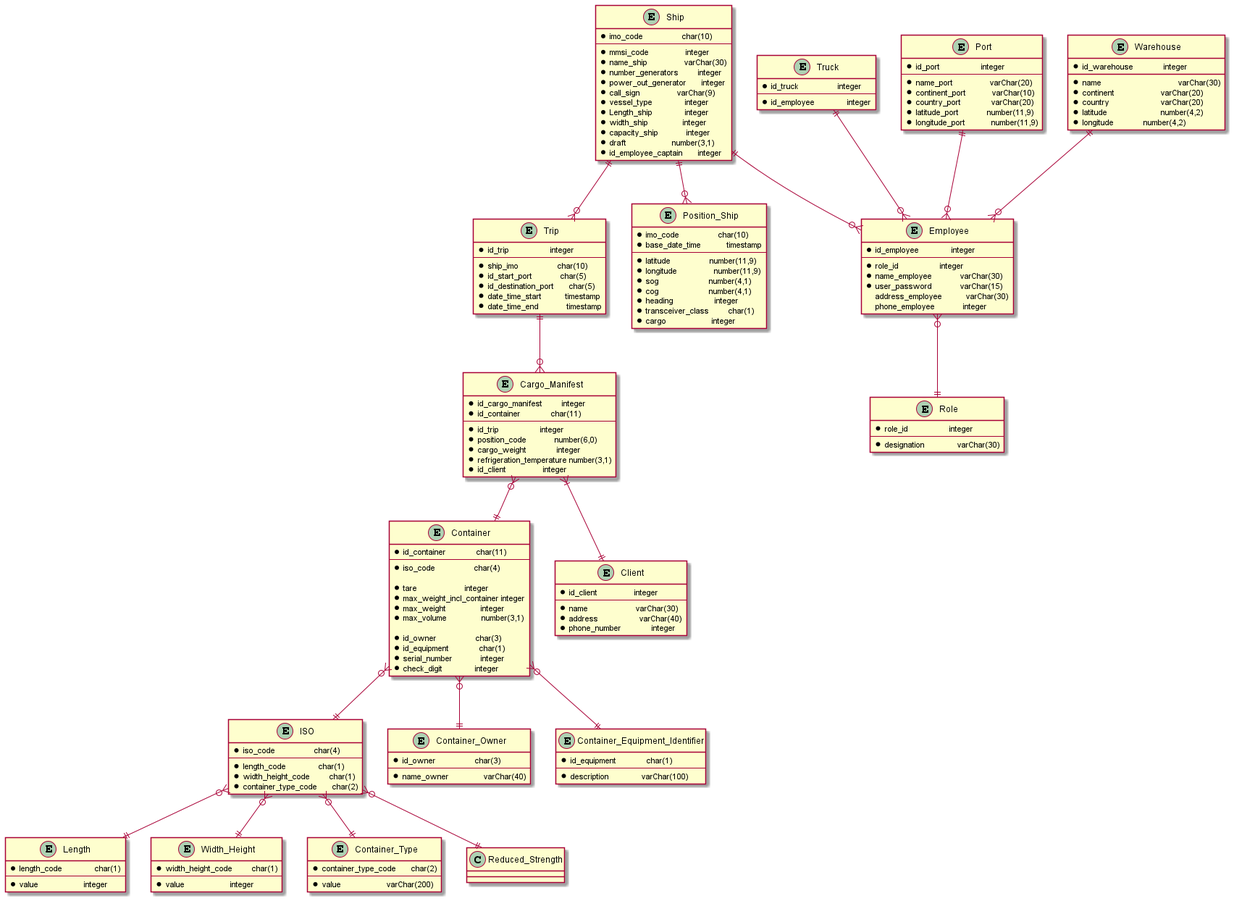
Earlier version of the PlantUML export docs/Sprint 2/US/US108/physical_model.png (1190772/LAB-Project-3).
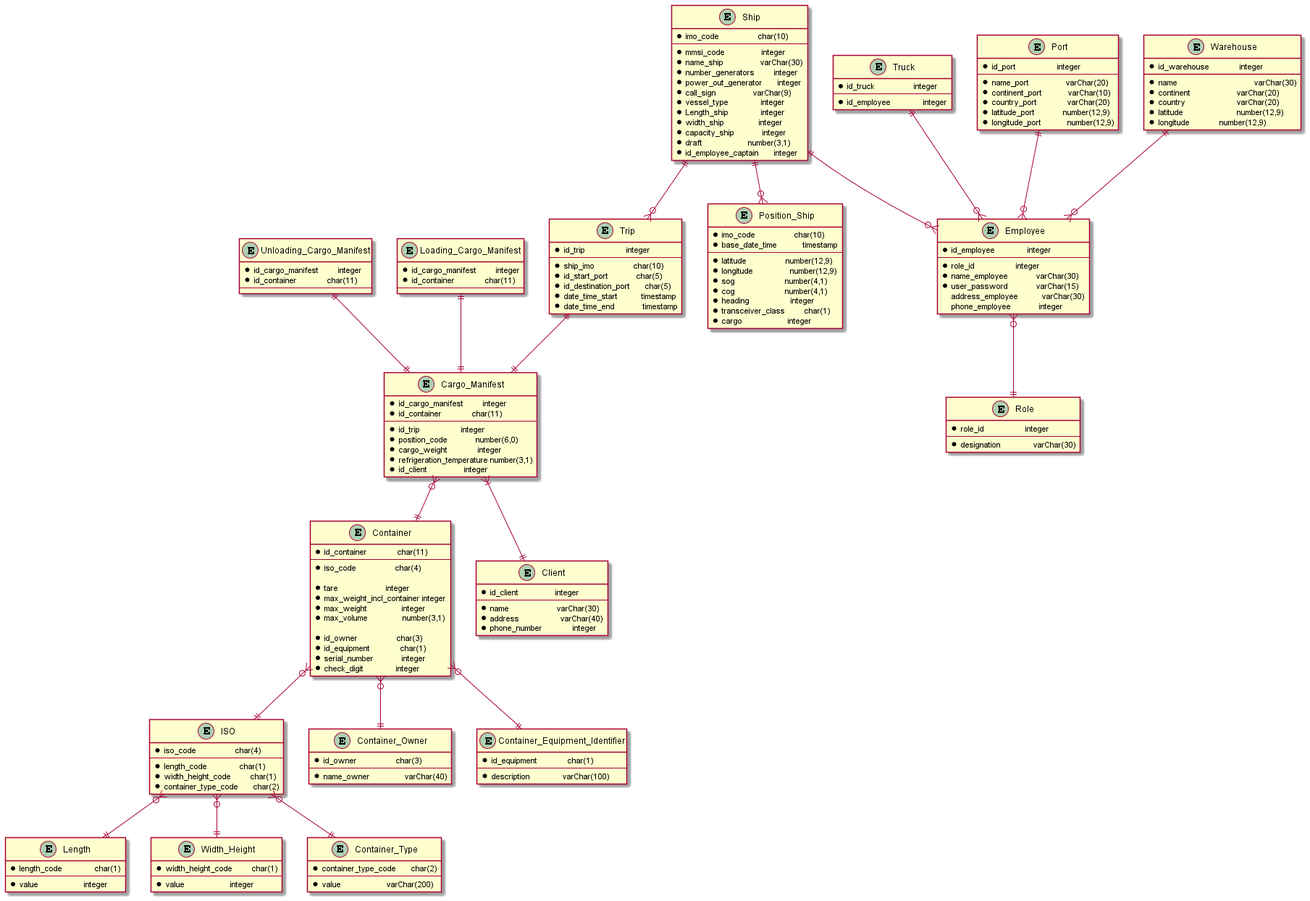
Later version of the same file.

Change to the diagram source:
```diff
@@ -63,6 +63,18 @@
 * id_client                 integer
 }
 
+entity Unloading_Cargo_Manifest {
+* id_cargo_manifest         integer
+* id_container              char(11)
+--
+}
+
+entity Loading_Cargo_Manifest {
+* id_cargo_manifest         integer
+* id_container              char(11)
+--
+}
+
 entity Truck {
 * id_truck                  integer
 --
@@ -91,8 +103,8 @@
 * name_port                 varChar(20)
 * continent_port            varChar(10)
 * country_port              varChar(20)
-* latitude_port             number(11,9)
-* longitude_port            number(11,9)
+* latitude_port             number(12,9)
+* longitude_port            number(12,9)
 }
 
 entity Warehouse {
@@ -100,8 +112,8 @@
 * name    	   			    varChar(30)
 * continent		    	    varChar(20)
 * country	         	    varChar(20)
-* latitude		    	    number(4,2)
-* longitude 	    	    number(4,2)
+* latitude		    	    number(12,9)
+* longitude 	    	    number(12,9)
 }
 
 entity Employee{
@@ -118,8 +130,8 @@
 * imo_code                  char(10)
 * base_date_time            timestamp
 --
-* latitude                  number(11,9)
-* longitude                 number(11,9)
+* latitude                  number(12,9)
+* longitude                 number(12,9)
 * sog                       number(4,1)
 * cog                       number(4,1)
 * heading                   integer
@@ -156,12 +168,12 @@
 ISO }o--|| Length
 ISO }o--|| Width_Height
 ISO }o--|| Container_Type
-ISO }o--|| Reduced_Strength
+
 
 Container }o--|| Container_Owner
 Container }o--|| Container_Equipment_Identifier
 Container }o--|| ISO
-Trip ||--o{ Cargo_Manifest
+Trip ||--|| Cargo_Manifest
 Cargo_Manifest }o--|| Container
 Cargo_Manifest }|--|| Client
 Ship ||--o{ Position_Ship
@@ -173,4 +185,7 @@
 Port ||--o{ Employee
 Employee }o--|| Role
 
+Unloading_Cargo_Manifest ||--|| Cargo_Manifest
+Loading_Cargo_Manifest ||--|| Cargo_Manifest
+
 @enduml
```
